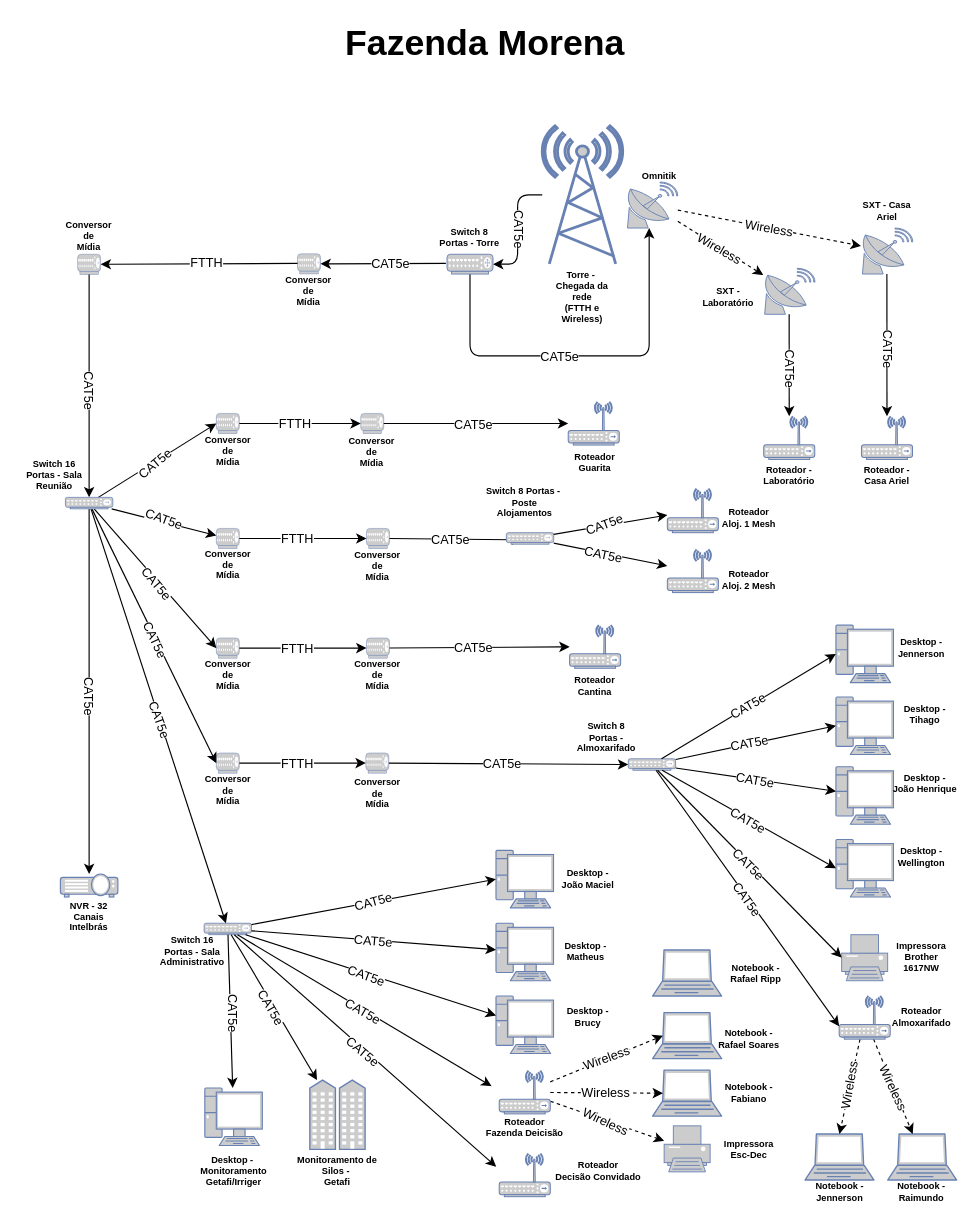
This is Diagrama Rede Morena.drawio from AlbertoPontes/Fluxogramas, a draw.io file, before an edit. Source tidied: cells renumbered, new cells numbered last; positions are measured from the earlier drawing's top-left corner, leaving out a move shared by most shapes. Both pictures are drawn from the tidied source at 115%, with x=0, y=0 at pixel (20, 20).
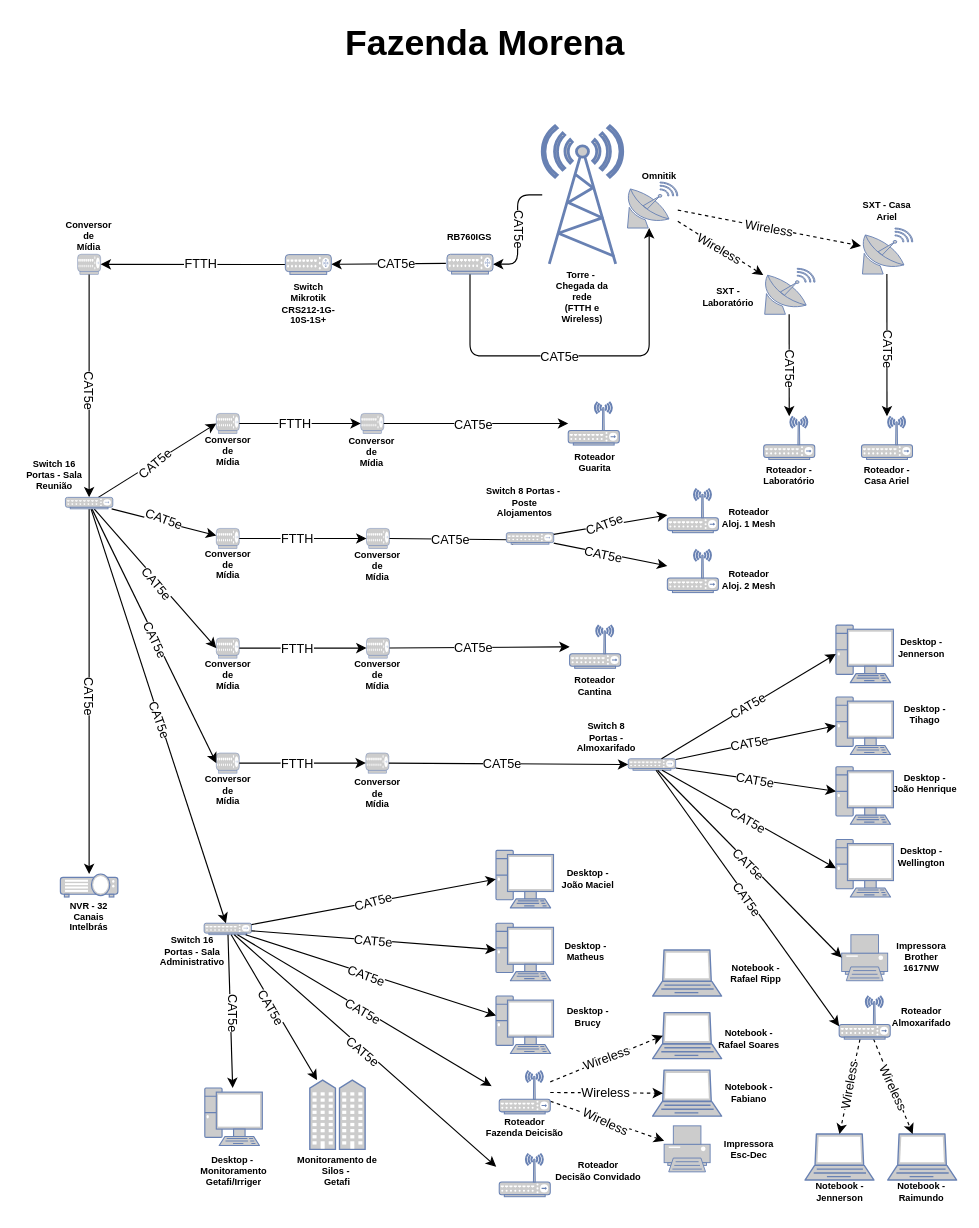
Above is the later version.

Unchanged cells that the change refers to:
```xml
<mxCell id="19" style="fontColor=#0066CC;verticalAlign=top;verticalLabelPosition=bottom;labelPosition=center;align=center;html=1;outlineConnect=0;fillColor=#CCCCCC;strokeColor=#6881B3;gradientColor=none;gradientDirection=north;strokeWidth=2;shape=mxgraph.networks.hub;rounded=1;" parent="1" vertex="1">
  <mxGeometry x="50" y="203.6" width="20" height="17.5" as="geometry" />
</mxCell>
```

Change to the diagram source:
```diff
@@
-    <mxCell id="20" style="fontColor=#0066CC;verticalAlign=top;verticalLabelPosition=bottom;labelPosition=center;align=center;html=1;outlineConnect=0;fillColor=#CCCCCC;strokeColor=#6881B3;gradientColor=none;gradientDirection=north;strokeWidth=2;shape=mxgraph.networks.hub;rounded=1;" parent="1" vertex="1">
-      <mxGeometry x="241.2" y="203.2" width="20" height="17.5" as="geometry" />
-    </mxCell>
-    <mxCell id="21" style="endArrow=classic;html=1;rounded=1;entryX=1;entryY=0.5;entryDx=0;entryDy=0;entryPerimeter=0;" parent="1" edge="1" target="20">
+    <mxCell id="21" style="endArrow=classic;html=1;rounded=1;" parent="1" edge="1" target="179">
       <mxGeometry relative="1" as="geometry">
         <mxPoint x="370.2" y="211.5" as="sourcePoint" />
       </mxGeometry>
     </mxCell>
@@
-    <mxCell id="23" style="endArrow=classic;html=1;rounded=1;entryX=1;entryY=0.5;entryDx=0;entryDy=0;entryPerimeter=0;" parent="1" edge="1" target="19">
-      <mxGeometry relative="1" as="geometry">
-        <mxPoint x="241.2" y="211.5" as="sourcePoint" />
-      </mxGeometry>
+    <mxCell id="23" style="endArrow=classic;html=1;rounded=1;entryX=1;entryY=0.5;entryDx=0;entryDy=0;entryPerimeter=0;" parent="1" edge="1" source="179" target="19">
+      <mxGeometry relative="1" as="geometry" />
     </mxCell>
@@
-    <mxCell id="42" value="Conversor&lt;br style=&quot;font-size: 8px;&quot;&gt;de&lt;br style=&quot;font-size: 8px;&quot;&gt;Mídia" style="text;html=1;strokeColor=none;fillColor=none;align=center;verticalAlign=middle;whiteSpace=wrap;rounded=1;fontSize=8;fontStyle=1;" parent="1" vertex="1">
-      <mxGeometry x="221.2" y="220.8" width="60" height="30" as="geometry" />
+    <mxCell id="42" value="Switch&lt;br&gt;Mikrotik&lt;br&gt;CRS212-1G-10S-1S+" style="text;html=1;strokeColor=none;fillColor=none;align=center;verticalAlign=middle;whiteSpace=wrap;rounded=1;fontSize=8;fontStyle=1;" parent="1" vertex="1">
+      <mxGeometry x="220.6" y="232" width="60" height="30" as="geometry" />
     </mxCell>
@@
-    <mxCell id="124" value="Switch 8 Portas - Torre" style="text;html=1;strokeColor=none;fillColor=none;align=center;verticalAlign=middle;whiteSpace=wrap;rounded=1;fontSize=8;fontStyle=1;" parent="1" vertex="1">
+    <mxCell id="124" value="RB760IGS" style="text;html=1;strokeColor=none;fillColor=none;align=center;verticalAlign=middle;whiteSpace=wrap;rounded=1;fontSize=8;fontStyle=1;" parent="1" vertex="1">
       <mxGeometry x="361.2" y="173.6" width="60" height="30" as="geometry" />
     </mxCell>
@@
+    <mxCell id="179" style="fontColor=#0066CC;verticalAlign=top;verticalLabelPosition=bottom;labelPosition=center;align=center;html=1;outlineConnect=0;fillColor=#CCCCCC;strokeColor=#6881B3;gradientColor=none;gradientDirection=north;strokeWidth=2;shape=mxgraph.networks.router;rounded=1;" parent="1" vertex="1">
+      <mxGeometry x="230.6" y="203.9" width="40" height="17.2" as="geometry" />
+    </mxCell>
```
